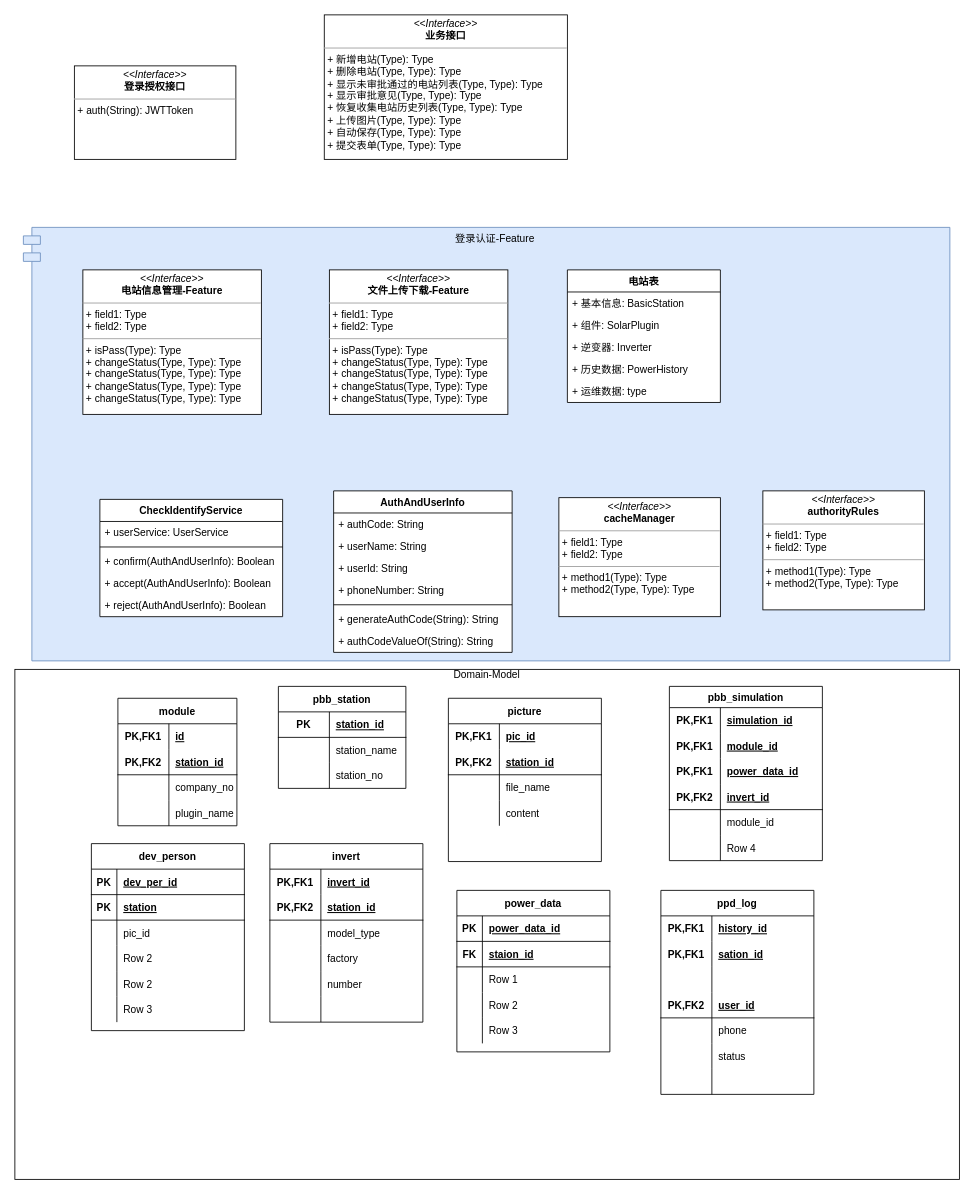
This is package.drawio from gg2herry/drawio, a draw.io file, before an edit. Source tidied: cells renumbered, new cells numbered last; positions are measured from the earlier drawing's top-left corner, leaving out a move shared by most shapes. Both pictures are drawn from the tidied source at 85%, with x=0, y=0 at pixel (14, 14).
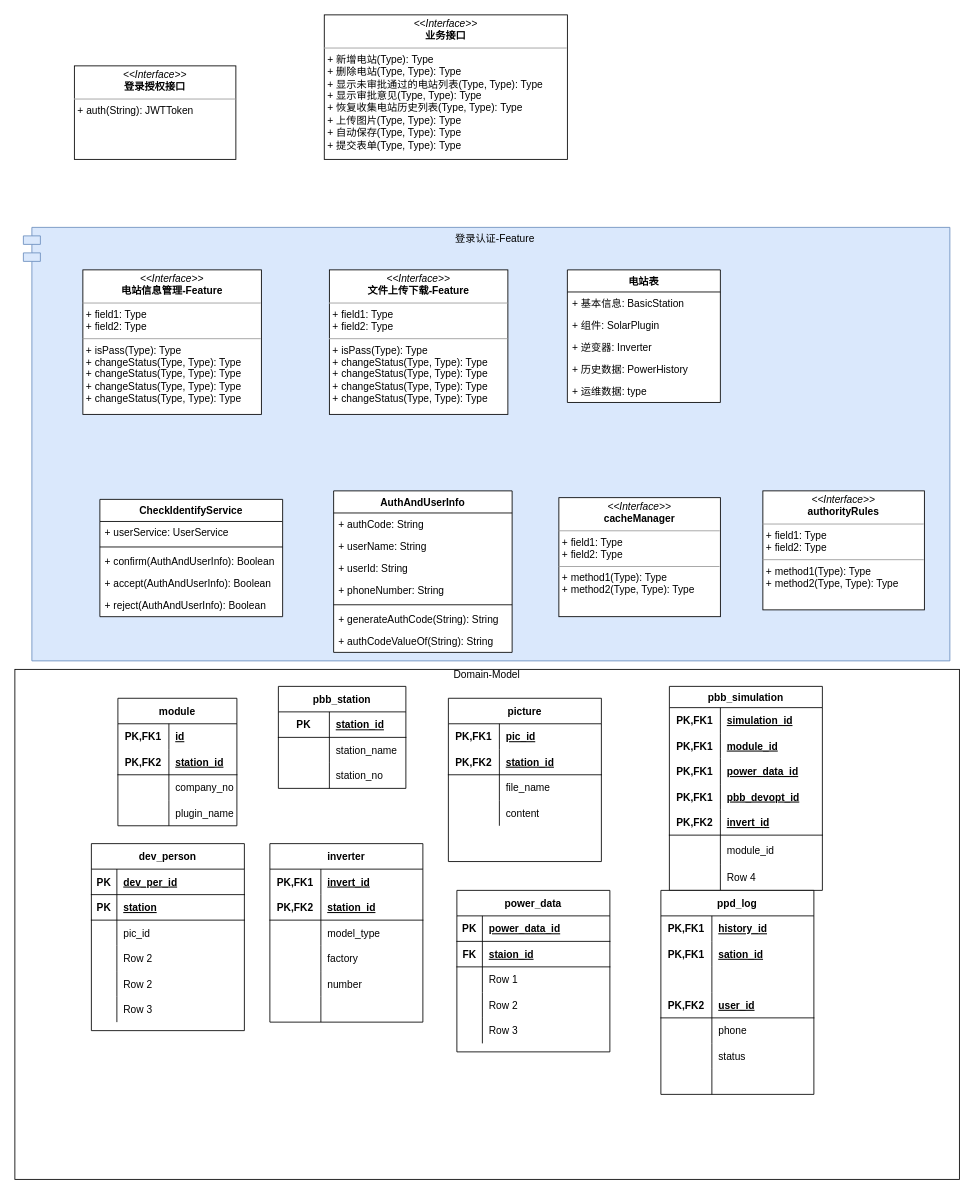
Above is the later version.

Unchanged cells that the change refers to:
```xml
<mxCell id="29" style="group;" parent="1" vertex="1">
  <mxGeometry y="780" width="1111.2" height="600" as="geometry" />
</mxCell>
```

Diff of the diagram source:
```diff
@@
     <mxCell id="54" value="pbb_simulation" style="shape=table;startSize=25;childLayout=tableLayout;rowLines=0;fontStyle=1;align=center;" parent="29" vertex="1">
-      <mxGeometry x="770" y="10" width="180" height="205" as="geometry" />
+      <mxGeometry x="770" y="10" width="180" height="240" as="geometry" />
     </mxCell>
@@
+    <mxCell id="162" style="shape=partialRectangle;fillColor=none;top=0;left=0;bottom=0;right=0;" parent="54" vertex="1">
+      <mxGeometry y="115" width="180" height="30" as="geometry" />
+    </mxCell>
+    <mxCell id="163" value="PK,FK1" style="shape=partialRectangle;fillColor=none;top=0;left=0;bottom=0;right=0;fontStyle=1;overflow=hidden;" parent="162" vertex="1">
+      <mxGeometry width="60" height="30" as="geometry" />
+    </mxCell>
+    <mxCell id="164" value="pbb_devopt_id" style="shape=partialRectangle;fillColor=none;top=0;left=0;bottom=0;right=0;align=left;spacingLeft=6;fontStyle=5;overflow=hidden;" parent="162" vertex="1">
+      <mxGeometry x="60" width="120" height="30" as="geometry" />
+    </mxCell>
     <mxCell id="64" style="shape=partialRectangle;fillColor=none;top=0;left=0;bottom=1;right=0;" parent="54" vertex="1">
-      <mxGeometry y="115" width="180" height="30" as="geometry" />
+      <mxGeometry y="145" width="180" height="30" as="geometry" />
     </mxCell>
@@
     <mxCell id="67" style="shape=partialRectangle;fillColor=none;top=0;left=0;bottom=0;right=0;" parent="54" vertex="1">
-      <mxGeometry y="145" width="180" height="30" as="geometry" />
+      <mxGeometry y="175" width="180" height="35" as="geometry" />
     </mxCell>
     <mxCell id="68" style="shape=partialRectangle;fillColor=none;top=0;left=0;bottom=0;right=0;overflow=hidden;" parent="67" vertex="1">
-      <mxGeometry width="60" height="30" as="geometry" />
+      <mxGeometry width="60" height="35" as="geometry" />
     </mxCell>
     <mxCell id="69" value="module_id" style="shape=partialRectangle;fillColor=none;top=0;left=0;bottom=0;right=0;align=left;spacingLeft=6;overflow=hidden;" parent="67" vertex="1">
-      <mxGeometry x="60" width="120" height="30" as="geometry" />
+      <mxGeometry x="60" width="120" height="35" as="geometry" />
     </mxCell>
     <mxCell id="70" style="shape=partialRectangle;fillColor=none;top=0;left=0;bottom=0;right=0;" parent="54" vertex="1">
-      <mxGeometry y="175" width="180" height="30" as="geometry" />
+      <mxGeometry y="210" width="180" height="30" as="geometry" />
     </mxCell>
@@
-    <mxCell id="108" value="invert" style="shape=table;startSize=30;childLayout=tableLayout;rowLines=0;fontStyle=1;align=center;" parent="29" vertex="1">
+    <mxCell id="108" value="inverter" style="shape=table;startSize=30;childLayout=tableLayout;rowLines=0;fontStyle=1;align=center;" parent="29" vertex="1">
       <mxGeometry x="300" y="195" width="180" height="210" as="geometry" />
     </mxCell>
```
